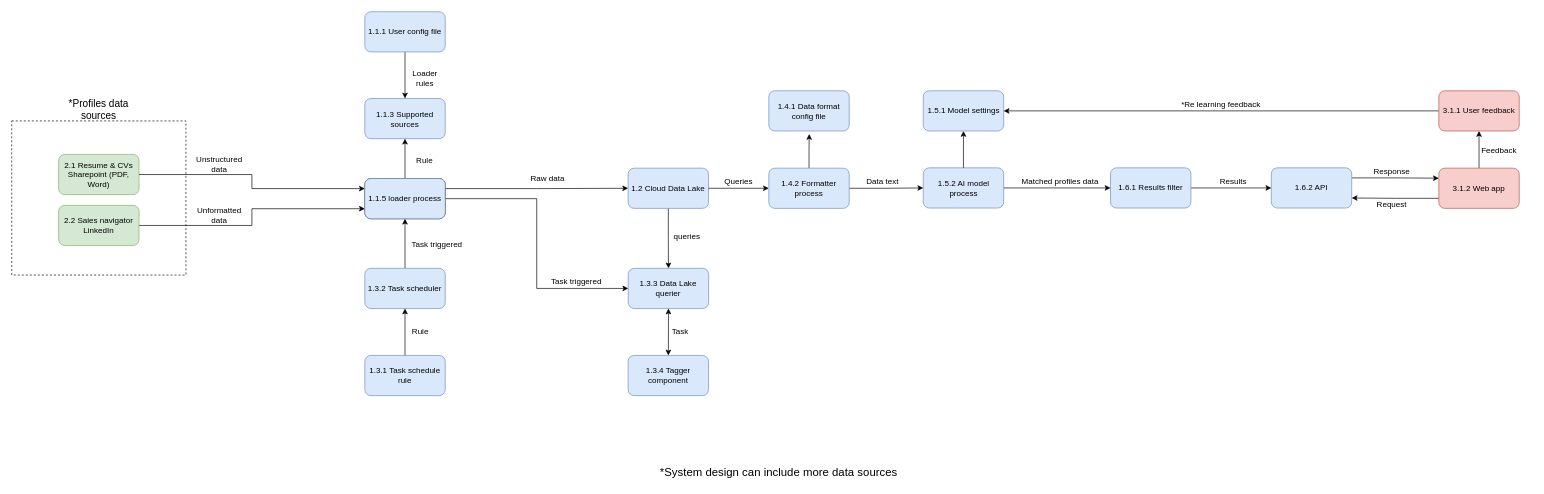
This is page "LVL-2" (3 of 3) of architecture.drawio from pipemohz/magnus, a draw.io file, before an edit. Source tidied: cells renumbered, new cells numbered last; positions are measured from the earlier drawing's top-left corner, leaving out a move shared by most shapes. Both pictures are drawn from the tidied source at 67%, with x=0, y=0 at pixel (11, 11).
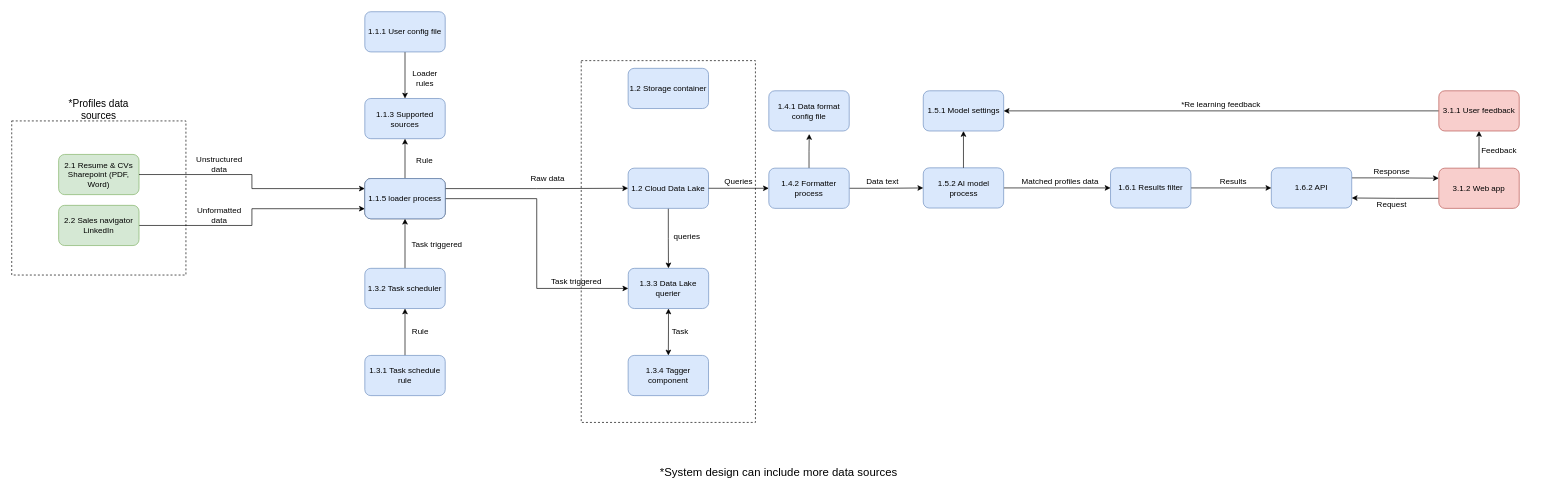
The same diagram, later.

Change to the diagram source:
```diff
@@
+    <mxCell id="62" style="rounded=0;whiteSpace=wrap;html=1;dashed=1;" parent="1" vertex="1">
+      <mxGeometry x="850" y="73" width="260" height="540" as="geometry" />
+    </mxCell>
@@
+    <mxCell id="63" value="1.2 Storage container" style="rounded=1;whiteSpace=wrap;html=1;fillColor=#dae8fc;strokeColor=#6c8ebf;" parent="1" vertex="1">
+      <mxGeometry x="920" y="84.5" width="120" height="60" as="geometry" />
+    </mxCell>
```
